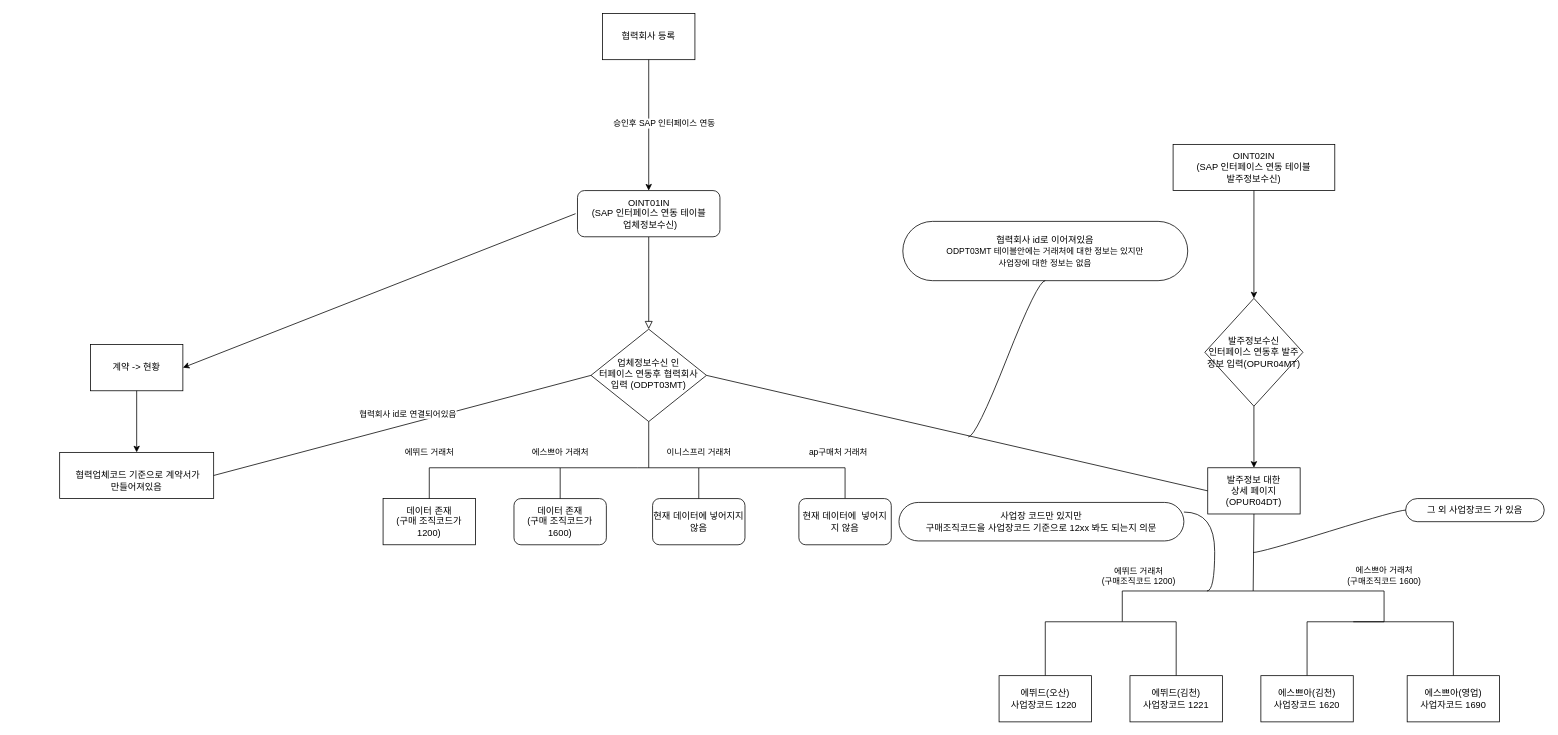
Before: 제목 없는 다이어그램.drawio in jeahuck/yang, a draw.io diagram. Source tidied: cells renumbered, new cells numbered last; positions are measured from the earlier drawing's top-left corner, leaving out a move shared by most shapes. Both pictures are drawn from the tidied source at 77%, with x=0, y=0 at pixel (59, 13).
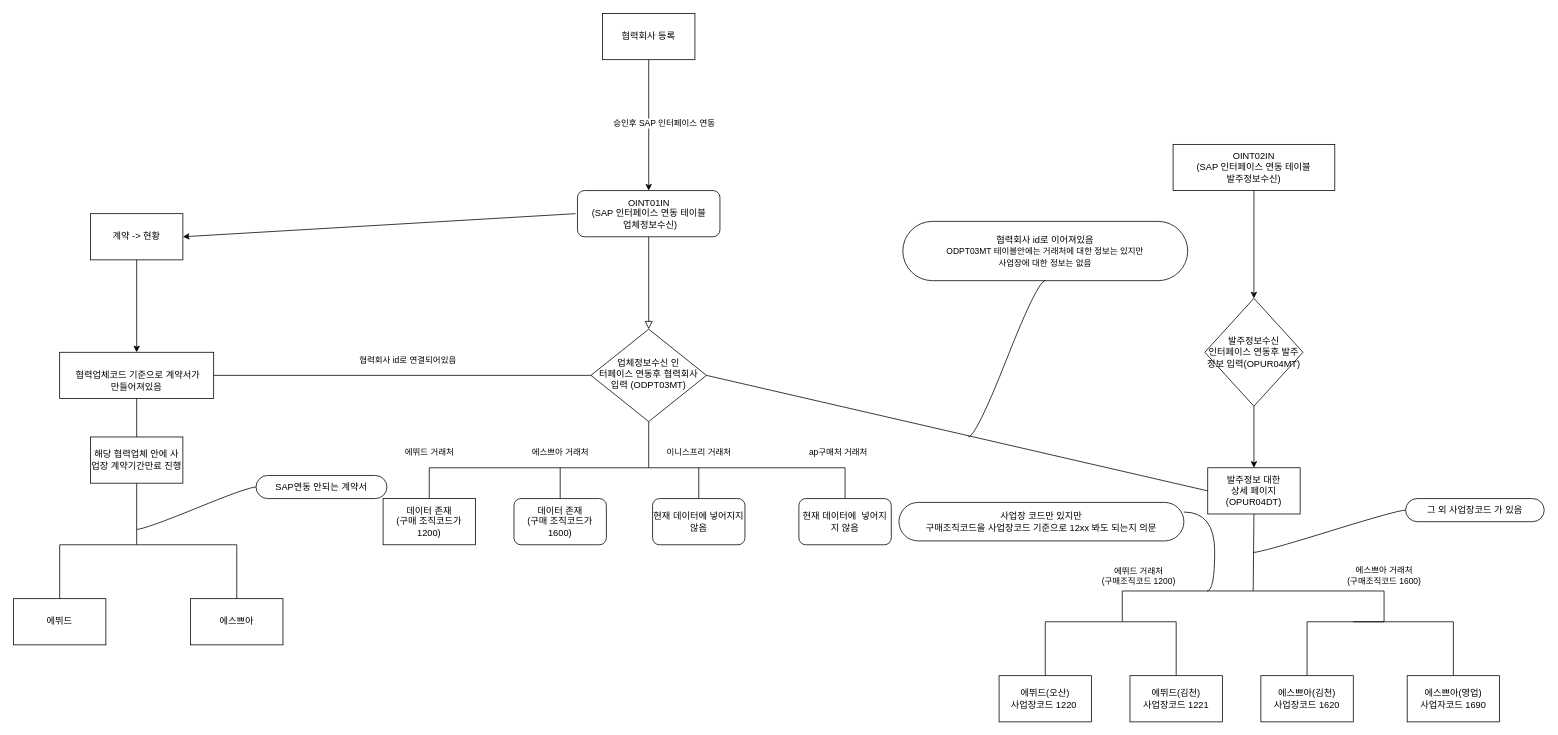
Above is the later version.

Commit message:
제목 없는 다이어그램.drawio 업데이트

Diff of the diagram source:
```diff
@@
     <mxCell id="31" value="계약 -&amp;gt; 현황" style="rounded=0;whiteSpace=wrap;html=1;" parent="1" vertex="1">
-      <mxGeometry x="40" y="430" width="120" height="60" as="geometry" />
+      <mxGeometry x="40" y="260" width="120" height="60" as="geometry" />
     </mxCell>
     <mxCell id="32" value="&lt;br&gt;&amp;nbsp;협력업체코드 기준으로 계약서가 &lt;br&gt;만들어져있음" style="rounded=0;whiteSpace=wrap;html=1;" parent="1" vertex="1">
-      <mxGeometry y="570" width="200" height="60" as="geometry" />
+      <mxGeometry y="440" width="200" height="60" as="geometry" />
     </mxCell>
@@
+    <mxCell id="43" value="에뛰드" style="rounded=0;whiteSpace=wrap;html=1;" parent="1" vertex="1">
+      <mxGeometry x="-60" y="760" width="120" height="60" as="geometry" />
+    </mxCell>
+    <mxCell id="44" value="에스쁘아" style="rounded=0;whiteSpace=wrap;html=1;" parent="1" vertex="1">
+      <mxGeometry x="170" y="760" width="120" height="60" as="geometry" />
+    </mxCell>
+    <mxCell id="45" style="endArrow=none;html=1;rounded=0;exitX=0.5;exitY=0;exitDx=0;exitDy=0;entryX=0.5;entryY=1;entryDx=0;entryDy=0;" parent="1" edge="1" source="43" target="49">
+      <mxGeometry relative="1" as="geometry">
+        <Array as="points">
+          <mxPoint y="690" />
+          <mxPoint x="100" y="690" />
+        </Array>
+      </mxGeometry>
+    </mxCell>
+    <mxCell id="46" style="endArrow=none;html=1;rounded=0;entryX=0.5;entryY=0;entryDx=0;entryDy=0;" parent="1" edge="1" target="44">
+      <mxGeometry relative="1" as="geometry">
+        <mxPoint x="100" y="690" as="sourcePoint" />
+        <Array as="points">
+          <mxPoint x="230" y="690" />
+        </Array>
+      </mxGeometry>
+    </mxCell>
+    <mxCell id="47" value="SAP연동 안되는 계약서" style="whiteSpace=wrap;html=1;rounded=1;arcSize=50;align=center;verticalAlign=middle;strokeWidth=1;spacing=4;newEdgeStyle={&quot;edgeStyle&quot;:&quot;entityRelationEdgeStyle&quot;,&quot;startArrow&quot;:&quot;none&quot;,&quot;endArrow&quot;:&quot;none&quot;,&quot;segment&quot;:10,&quot;curved&quot;:1,&quot;sourcePerimeterSpacing&quot;:0,&quot;targetPerimeterSpacing&quot;:0};" parent="1" vertex="1">
+      <mxGeometry x="255" y="600" width="170" height="30" as="geometry" />
+    </mxCell>
+    <mxCell id="48" style="edgeStyle=entityRelationEdgeStyle;startArrow=none;endArrow=none;segment=10;curved=1;sourcePerimeterSpacing=0;targetPerimeterSpacing=0;rounded=0;entryX=0;entryY=0.5;entryDx=0;entryDy=0;" parent="1" edge="1" target="47">
+      <mxGeometry relative="1" as="geometry">
+        <mxPoint x="100" y="670" as="sourcePoint" />
+      </mxGeometry>
+    </mxCell>
+    <mxCell id="49" value="해당 협력업체 안에 사업장 계약기간만료 진행" style="rounded=0;whiteSpace=wrap;html=1;" parent="1" vertex="1">
+      <mxGeometry x="40" y="550" width="120" height="60" as="geometry" />
+    </mxCell>
+    <mxCell id="50" style="endArrow=none;html=1;rounded=0;exitX=0.5;exitY=0;exitDx=0;exitDy=0;entryX=0.5;entryY=1;entryDx=0;entryDy=0;" parent="1" edge="1" source="49" target="32">
+      <mxGeometry relative="1" as="geometry" />
+    </mxCell>
```
